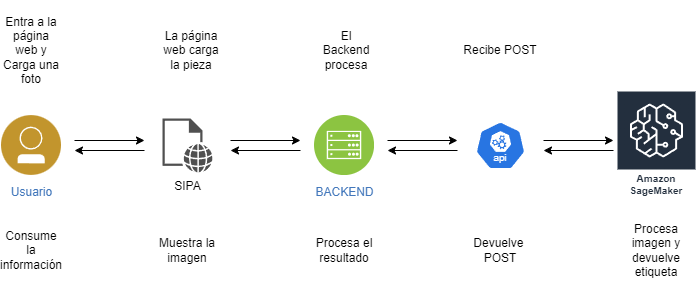
RaRdEvA/sipa keeps this draw.io diagram as img/arch.png. Above is the earlier version. Source tidied: cells renumbered, new cells last; positions are measured from the earlier drawing's top-left corner, leaving out a move shared by most shapes.
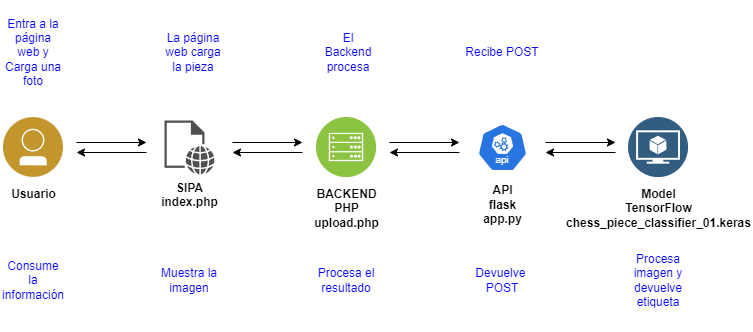
Later version of the same file.

What changed in the source:
```diff
@@ -2,47 +2,44 @@
   <root>
     <mxCell id="0" />
     <mxCell id="1" parent="0" />
-    <mxCell id="2" value="Usuario" style="perimeter=ellipsePerimeter;html=1;align=center;shadow=0;dashed=0;image;image=img/lib/ibm/users/user.svg;strokeColor=#FF0000;fillColor=#FFFF66;gradientColor=none;fontColor=#4277BB;labelBackgroundColor=#ffffff;fontSize=12;spacingTop=3;" parent="1" vertex="1">
+    <mxCell id="2" value="Usuario" style="perimeter=ellipsePerimeter;html=1;align=center;shadow=0;dashed=0;image;image=img/lib/ibm/users/user.svg;strokeColor=#FF0000;fillColor=#FFFF66;gradientColor=none;fontColor=#000000;labelBackgroundColor=none;fontSize=12;spacingTop=3;labelBorderColor=none;fontStyle=1;" parent="1" vertex="1">
       <mxGeometry y="115" width="60" height="60" as="geometry" />
     </mxCell>
-    <mxCell id="3" value="SIPA" style="sketch=0;shadow=0;dashed=0;html=1;strokeColor=none;fillColor=#505050;labelPosition=center;verticalLabelPosition=bottom;verticalAlign=top;align=center;shape=mxgraph.office.concepts.web_page;" parent="1" vertex="1">
+    <mxCell id="3" value="SIPA&lt;br&gt;index&lt;span style=&quot;background-color: initial;&quot;&gt;.php&lt;/span&gt;&lt;span style=&quot;background-color: initial; white-space-collapse: preserve;&quot;&gt;&#9;&lt;/span&gt;" style="sketch=0;shadow=0;dashed=0;html=1;strokeColor=none;fillColor=#505050;labelPosition=center;verticalLabelPosition=bottom;verticalAlign=top;align=center;shape=mxgraph.office.concepts.web_page;fontStyle=1;fontColor=#000000;" parent="1" vertex="1">
       <mxGeometry x="161" y="118" width="50" height="54" as="geometry" />
     </mxCell>
-    <mxCell id="4" value="BACKEND" style="image;perimeter=ellipsePerimeter;html=1;align=center;shadow=0;dashed=0;fontColor=#4277BB;labelBackgroundColor=default;fontSize=12;spacingTop=3;image=img/lib/ibm/infrastructure/mobile_backend.svg;" parent="1" vertex="1">
+    <mxCell id="4" value="&lt;font&gt;BACKEND&lt;/font&gt;&lt;div&gt;&lt;font&gt;PHP&lt;br&gt;upload.php&lt;/font&gt;&lt;/div&gt;" style="image;perimeter=ellipsePerimeter;html=1;align=center;shadow=0;dashed=0;fontColor=#000000;labelBackgroundColor=default;fontSize=12;spacingTop=3;image=img/lib/ibm/infrastructure/mobile_backend.svg;fontStyle=1;" parent="1" vertex="1">
       <mxGeometry x="313" y="115" width="60" height="60" as="geometry" />
     </mxCell>
-    <mxCell id="5" value="&lt;div&gt;&lt;br&gt;&lt;/div&gt;" style="sketch=0;html=1;dashed=0;whitespace=wrap;fillColor=#2875E2;strokeColor=#ffffff;shape=mxgraph.kubernetes.icon2;kubernetesLabel=1;prIcon=api;" parent="1" vertex="1">
+    <mxCell id="5" value="&lt;div&gt;&lt;br&gt;&lt;/div&gt;&lt;div&gt;&lt;br&gt;&lt;/div&gt;&lt;div&gt;&lt;br&gt;&lt;/div&gt;&lt;div&gt;&lt;br&gt;&lt;/div&gt;&lt;div&gt;&lt;br&gt;&lt;/div&gt;&lt;div&gt;&lt;br&gt;&lt;/div&gt;&lt;div&gt;&lt;br&gt;&lt;/div&gt;&lt;div&gt;&lt;br&gt;&lt;/div&gt;&lt;div&gt;API&lt;br&gt;flask&lt;br&gt;app.py&lt;/div&gt;" style="sketch=0;html=1;dashed=0;whitespace=wrap;fillColor=#2875E2;strokeColor=#ffffff;shape=mxgraph.kubernetes.icon2;kubernetesLabel=1;prIcon=api;fontStyle=1;align=center;fontColor=#000000;" parent="1" vertex="1">
       <mxGeometry x="474" y="121" width="50" height="48" as="geometry" />
     </mxCell>
-    <mxCell id="6" value="Amazon SageMaker" style="sketch=0;fontColor=#232F3E;gradientColor=none;strokeColor=#ffffff;fillColor=#232F3E;dashed=0;verticalLabelPosition=middle;verticalAlign=bottom;align=center;html=1;whiteSpace=wrap;fontSize=10;fontStyle=1;spacing=3;shape=mxgraph.aws4.productIcon;prIcon=mxgraph.aws4.sagemaker;" parent="1" vertex="1">
-      <mxGeometry x="615" y="90" width="80" height="110" as="geometry" />
-    </mxCell>
-    <mxCell id="7" value="Entra a la página web y Carga una foto" style="text;html=1;align=center;verticalAlign=middle;whiteSpace=wrap;rounded=0;" parent="1" vertex="1">
+    <mxCell id="7" value="Entra a la página web y Carga una foto" style="text;html=1;align=center;verticalAlign=middle;whiteSpace=wrap;rounded=0;fontColor=#0000FF;" parent="1" vertex="1">
       <mxGeometry width="60" height="100" as="geometry" />
     </mxCell>
-    <mxCell id="8" value="La página web carga la pieza" style="text;html=1;align=center;verticalAlign=middle;whiteSpace=wrap;rounded=0;" parent="1" vertex="1">
+    <mxCell id="8" value="La página web carga la pieza" style="text;html=1;align=center;verticalAlign=middle;whiteSpace=wrap;rounded=0;fontColor=#0000FF;" parent="1" vertex="1">
       <mxGeometry x="160" width="60" height="100" as="geometry" />
     </mxCell>
-    <mxCell id="9" value="El Backend procesa" style="text;html=1;align=center;verticalAlign=middle;whiteSpace=wrap;rounded=0;" parent="1" vertex="1">
+    <mxCell id="9" value="El Backend procesa" style="text;html=1;align=center;verticalAlign=middle;whiteSpace=wrap;rounded=0;fontColor=#0000FF;" parent="1" vertex="1">
       <mxGeometry x="315" width="60" height="100" as="geometry" />
     </mxCell>
-    <mxCell id="10" value="Recibe&amp;nbsp;&lt;span style=&quot;background-color: initial;&quot;&gt;POST&lt;/span&gt;" style="text;html=1;align=center;verticalAlign=middle;whiteSpace=wrap;rounded=0;" parent="1" vertex="1">
+    <mxCell id="10" value="Recibe&amp;nbsp;&lt;span style=&quot;background-color: initial;&quot;&gt;POST&lt;/span&gt;" style="text;html=1;align=center;verticalAlign=middle;whiteSpace=wrap;rounded=0;fontColor=#0000FF;" parent="1" vertex="1">
       <mxGeometry x="469" width="60" height="100" as="geometry" />
     </mxCell>
-    <mxCell id="11" value="Procesa imagen y devuelve etiqueta" style="text;html=1;align=center;verticalAlign=middle;whiteSpace=wrap;rounded=0;" parent="1" vertex="1">
-      <mxGeometry x="625" y="200" width="60" height="100" as="geometry" />
+    <mxCell id="11" value="Procesa imagen y devuelve etiqueta" style="text;html=1;align=center;verticalAlign=middle;whiteSpace=wrap;rounded=0;fontColor=#0000FF;" parent="1" vertex="1">
+      <mxGeometry x="625" y="228" width="60" height="100" as="geometry" />
     </mxCell>
-    <mxCell id="12" value="Devuelve&amp;nbsp;&lt;div&gt;&lt;span style=&quot;background-color: initial;&quot;&gt;POST&lt;/span&gt;&lt;/div&gt;" style="text;html=1;align=center;verticalAlign=middle;whiteSpace=wrap;rounded=0;" parent="1" vertex="1">
-      <mxGeometry x="469" y="200" width="60" height="100" as="geometry" />
+    <mxCell id="12" value="Devuelve&amp;nbsp;&lt;div&gt;&lt;span style=&quot;background-color: initial;&quot;&gt;POST&lt;/span&gt;&lt;/div&gt;" style="text;html=1;align=center;verticalAlign=middle;whiteSpace=wrap;rounded=0;fontColor=#0000FF;" parent="1" vertex="1">
+      <mxGeometry x="469" y="228" width="60" height="100" as="geometry" />
     </mxCell>
-    <mxCell id="13" value="Procesa el resultado" style="text;html=1;align=center;verticalAlign=middle;whiteSpace=wrap;rounded=0;" parent="1" vertex="1">
-      <mxGeometry x="313" y="200" width="60" height="100" as="geometry" />
+    <mxCell id="13" value="Procesa el resultado" style="text;html=1;align=center;verticalAlign=middle;whiteSpace=wrap;rounded=0;fontColor=#0000FF;" parent="1" vertex="1">
+      <mxGeometry x="313" y="228" width="60" height="100" as="geometry" />
     </mxCell>
-    <mxCell id="14" value="Muestra la imagen" style="text;html=1;align=center;verticalAlign=middle;whiteSpace=wrap;rounded=0;" parent="1" vertex="1">
-      <mxGeometry x="156" y="200" width="60" height="100" as="geometry" />
+    <mxCell id="14" value="Muestra la imagen" style="text;html=1;align=center;verticalAlign=middle;whiteSpace=wrap;rounded=0;fontColor=#0000FF;" parent="1" vertex="1">
+      <mxGeometry x="156" y="228" width="60" height="100" as="geometry" />
     </mxCell>
-    <mxCell id="15" value="Consume la información" style="text;html=1;align=center;verticalAlign=middle;whiteSpace=wrap;rounded=0;" parent="1" vertex="1">
-      <mxGeometry y="200" width="60" height="100" as="geometry" />
+    <mxCell id="15" value="Consume la información" style="text;html=1;align=center;verticalAlign=middle;whiteSpace=wrap;rounded=0;fontColor=#0000FF;" parent="1" vertex="1">
+      <mxGeometry y="228" width="60" height="100" as="geometry" />
     </mxCell>
     <mxCell id="16" style="group;" parent="1" vertex="1">
       <mxGeometry x="73" y="140" width="70" height="10" as="geometry" />
@@ -104,5 +101,8 @@
         <mxPoint y="10" as="targetPoint" />
       </mxGeometry>
     </mxCell>
+    <mxCell id="28" value="Model&lt;div&gt;TensorFlow&lt;br&gt;&lt;div&gt;chess_piece_classifier_01.keras&lt;br&gt;&lt;/div&gt;&lt;/div&gt;" style="image;perimeter=ellipsePerimeter;html=1;align=center;shadow=0;dashed=0;fontColor=#000000;labelBackgroundColor=none;fontSize=12;spacingTop=3;image=img/lib/ibm/data/model.svg;fontStyle=1;" parent="1" vertex="1">
+      <mxGeometry x="625" y="115" width="60" height="60" as="geometry" />
+    </mxCell>
   </root>
 </mxGraphModel>
```
